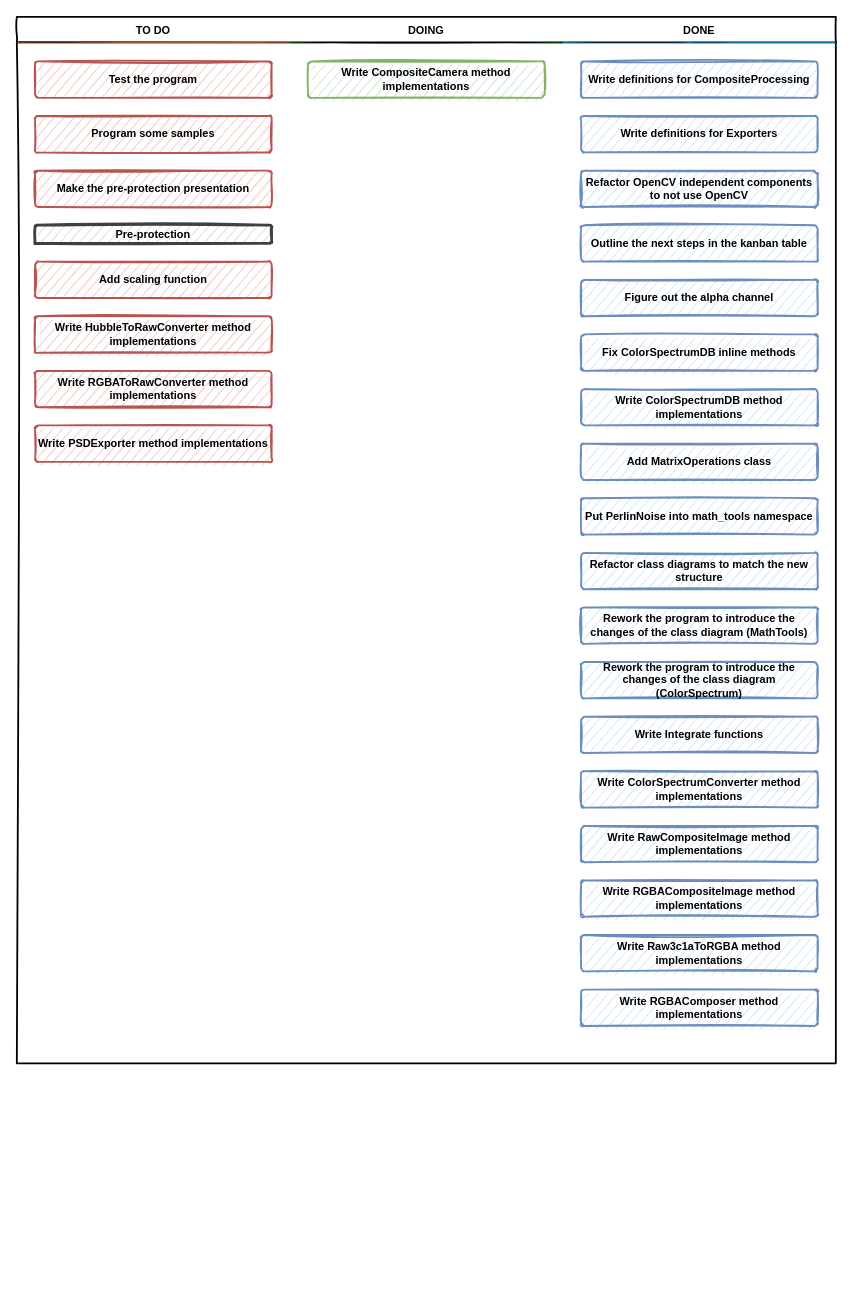
This is Docs/Kanban table.drawio from SpatiumOwl/ComplexSky-2.0, a draw.io file, before an edit. Source tidied: cells renumbered, new cells numbered last; positions are measured from the earlier drawing's top-left corner, leaving out a move shared by most shapes. Both pictures are drawn from the tidied source at 91%, with x=0, y=0 at pixel (16, 16).
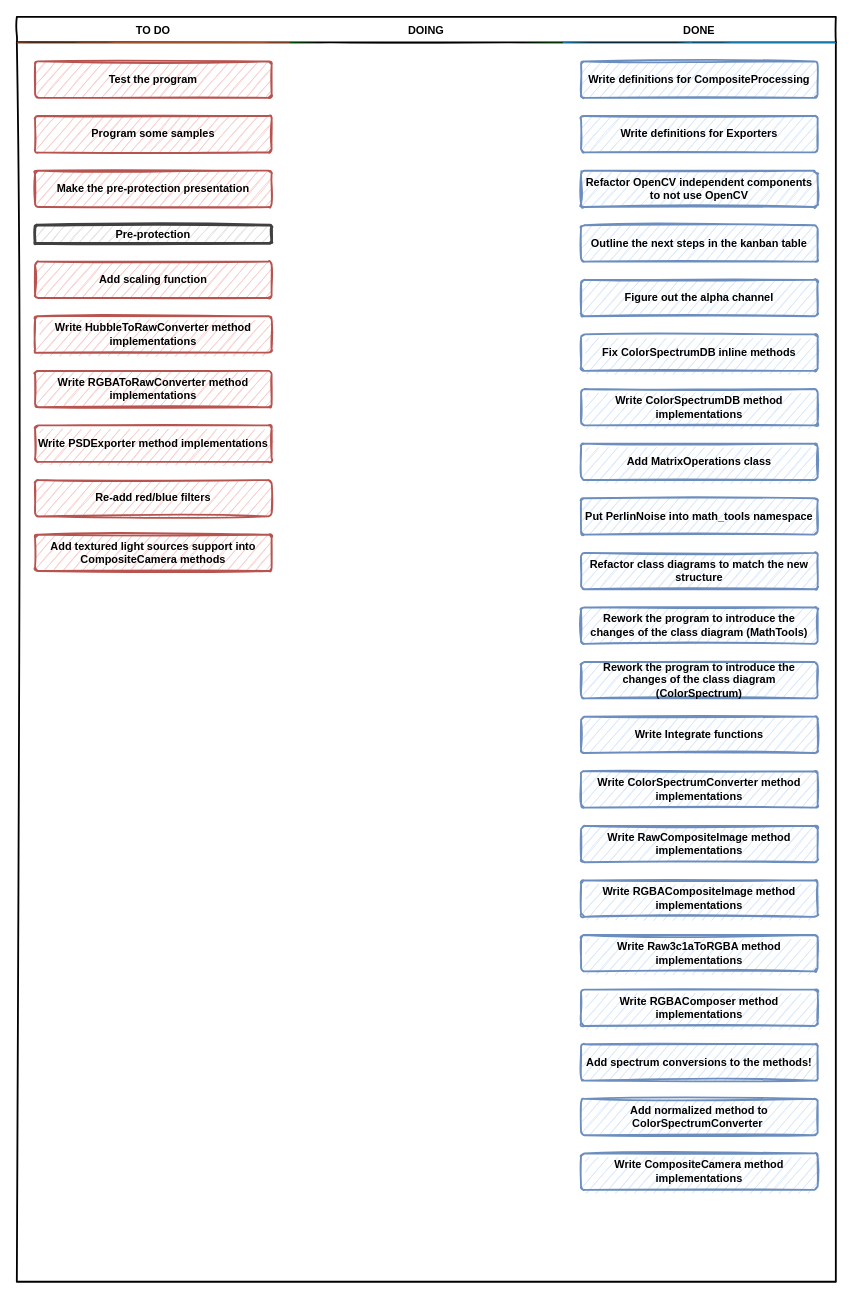
After the change.

The edit, as a diff of the source:
```diff
@@
     <mxCell id="2" style="swimlane;fontStyle=2;horizontal=1;startSize=28;swimlaneFillColor=none;fontFamily=Permanent Marker;fontSize=16;verticalAlign=top;stackBorder=0;strokeWidth=2;sketch=1;disableMultiStroke=1;" parent="1" vertex="1">
-      <mxGeometry width="900" height="1150" as="geometry" />
+      <mxGeometry width="900" height="1390" as="geometry" />
     </mxCell>
     <mxCell id="3" value="TO DO" style="swimlane;strokeWidth=2;fontFamily=Permanent Marker;html=0;startSize=1;verticalAlign=bottom;spacingBottom=5;stackBorder=20;sketch=1;strokeColor=none;fillStyle=solid;fillColor=#A0522D;" parent="2" vertex="1">
-      <mxGeometry y="28" width="300" height="1122" as="geometry" />
+      <mxGeometry y="28" width="300" height="1362" as="geometry" />
     </mxCell>
@@
+    <mxCell id="33" value="Re-add red/blue filters" style="whiteSpace=wrap;html=1;strokeWidth=2;fillColor=#f8cecc;fontStyle=1;spacingTop=0;rounded=1;arcSize=9;sketch=1;fontFamily=Permanent Marker;hachureGap=8;fillWeight=1;strokeColor=#b85450;" parent="3" vertex="1">
+      <mxGeometry x="20" y="481" width="260" height="40" as="geometry" />
+    </mxCell>
+    <mxCell id="34" value="Add textured light sources support into CompositeCamera methods" style="whiteSpace=wrap;html=1;strokeWidth=2;fillColor=#f8cecc;fontStyle=1;spacingTop=0;rounded=1;arcSize=9;sketch=1;fontFamily=Permanent Marker;hachureGap=8;fillWeight=1;strokeColor=#b85450;" parent="3" vertex="1">
+      <mxGeometry x="20" y="541" width="260" height="40" as="geometry" />
+    </mxCell>
     <mxCell id="12" value="DOING" style="swimlane;strokeWidth=2;fontFamily=Permanent Marker;html=0;startSize=1;verticalAlign=bottom;spacingBottom=5;stackBorder=20;sketch=1;strokeColor=none;fillStyle=solid;fillColor=#006600;" parent="2" vertex="1">
-      <mxGeometry x="300" y="28" width="300" height="1122" as="geometry" />
+      <mxGeometry x="300" y="28" width="300" height="1362" as="geometry" />
     </mxCell>
-    <mxCell id="13" value="Write CompositeCamera method implementations" style="whiteSpace=wrap;html=1;strokeWidth=2;fillColor=#d5e8d4;fontStyle=1;spacingTop=0;rounded=1;arcSize=9;sketch=1;fontFamily=Permanent Marker;hachureGap=8;fillWeight=1;strokeColor=#82b366;" parent="12" vertex="1">
-      <mxGeometry x="20" y="21" width="260" height="40" as="geometry" />
-    </mxCell>
     <mxCell id="14" value="DONE" style="swimlane;strokeWidth=2;fontFamily=Permanent Marker;html=0;startSize=1;verticalAlign=bottom;spacingBottom=5;stackBorder=20;sketch=1;strokeColor=none;fillStyle=solid;fillColor=#1BA1E2;" parent="2" vertex="1">
-      <mxGeometry x="600" y="28" width="300" height="1122" as="geometry" />
+      <mxGeometry x="600" y="28" width="300" height="1362" as="geometry" />
     </mxCell>
@@
+    <mxCell id="35" value="Add spectrum conversions to the methods!" style="whiteSpace=wrap;html=1;strokeWidth=2;fillColor=#dae8fc;fontStyle=1;spacingTop=0;rounded=1;arcSize=9;sketch=1;fontFamily=Permanent Marker;hachureGap=8;fillWeight=1;strokeColor=#6c8ebf;" parent="14" vertex="1">
+      <mxGeometry x="20" y="1101" width="260" height="40" as="geometry" />
+    </mxCell>
+    <mxCell id="36" value="Add normalized method to ColorSpectrumConverter&amp;nbsp;" style="whiteSpace=wrap;html=1;strokeWidth=2;fillColor=#dae8fc;fontStyle=1;spacingTop=0;rounded=1;arcSize=9;sketch=1;fontFamily=Permanent Marker;hachureGap=8;fillWeight=1;strokeColor=#6c8ebf;" parent="14" vertex="1">
+      <mxGeometry x="20" y="1161" width="260" height="40" as="geometry" />
+    </mxCell>
+    <mxCell id="13" value="Write CompositeCamera method implementations" style="whiteSpace=wrap;html=1;strokeWidth=2;fillColor=#dae8fc;fontStyle=1;spacingTop=0;rounded=1;arcSize=9;sketch=1;fontFamily=Permanent Marker;hachureGap=8;fillWeight=1;strokeColor=#6c8ebf;" parent="14" vertex="1">
+      <mxGeometry x="20" y="1221" width="260" height="40" as="geometry" />
+    </mxCell>
```
